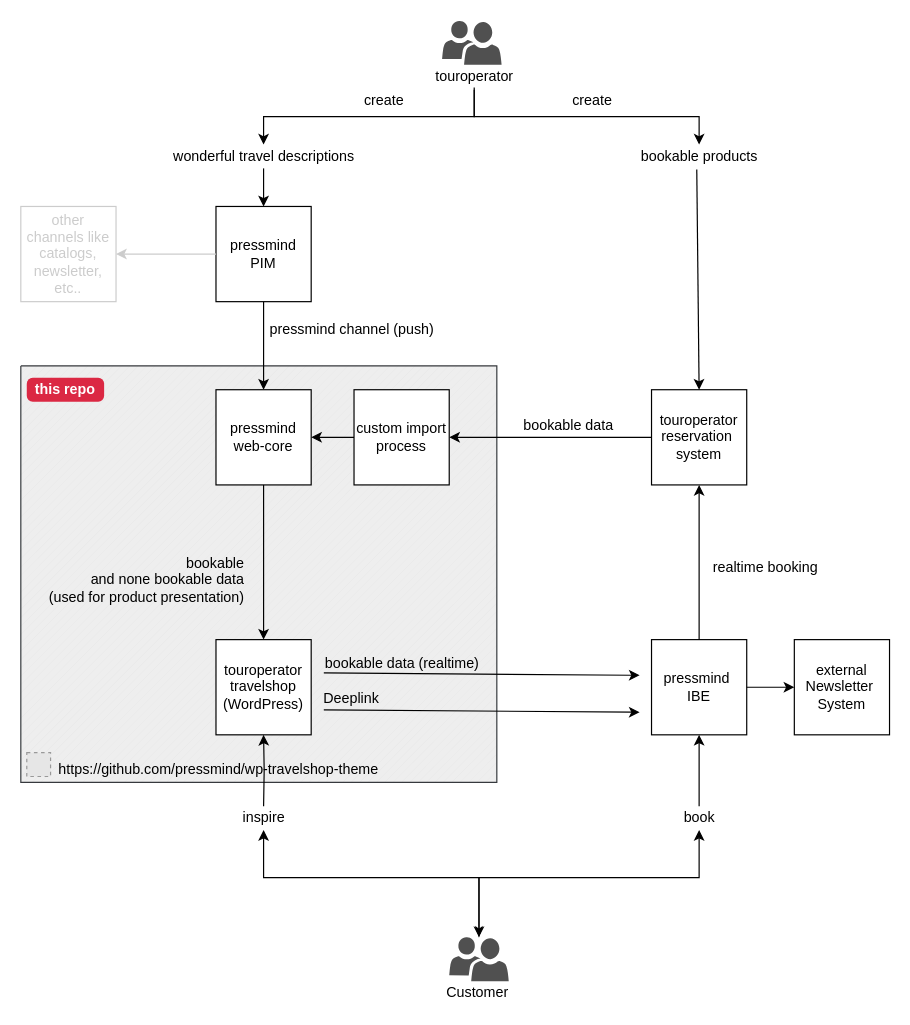
The draw.io diagram travelshop/assets/img/pressmind_travelshop.drawio in Me4th/wp-travelshop-theme, before the edit. Source tidied: cells renumbered, new cells numbered last; positions are measured from the earlier drawing's top-left corner, leaving out a move shared by most shapes. Both pictures are drawn from the tidied source at 119%, with x=0, y=0 at pixel (20, 20). Pictures stored in the file or linked from it are replaced by grey dashed boxes.
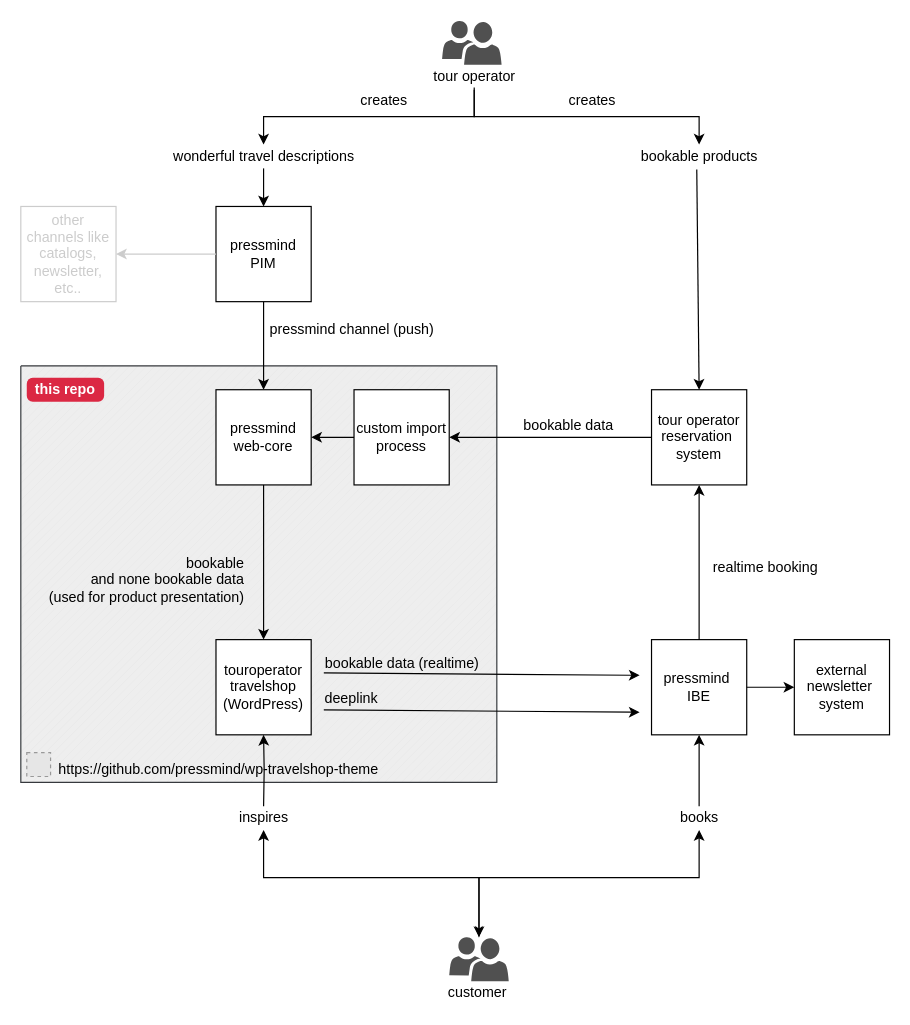
The same page after the edit.

What changed in the source:
```diff
@@
-    <mxCell id="7" value="touroperator&lt;br&gt;reservation&amp;nbsp;&lt;br&gt;system" style="whiteSpace=wrap;html=1;" parent="1" vertex="1">
+    <mxCell id="7" value="tour operator&lt;br&gt;reservation&amp;nbsp;&lt;br&gt;system" style="whiteSpace=wrap;html=1;" parent="1" vertex="1">
       <mxGeometry x="530" y="310" width="80" height="80" as="geometry" />
     </mxCell>
@@
-    <mxCell id="13" value="Deeplink" style="text;html=1;strokeColor=none;fillColor=none;align=center;verticalAlign=middle;whiteSpace=wrap;rounded=0;" parent="1" vertex="1">
+    <mxCell id="13" value="deeplink" style="text;html=1;strokeColor=none;fillColor=none;align=center;verticalAlign=middle;whiteSpace=wrap;rounded=0;" parent="1" vertex="1">
       <mxGeometry x="258" y="560" width="40" height="20" as="geometry" />
     </mxCell>
@@
-    <mxCell id="18" value="Customer" style="text;html=1;strokeColor=none;fillColor=none;align=center;verticalAlign=middle;whiteSpace=wrap;rounded=0;" parent="1" vertex="1">
+    <mxCell id="18" value="customer" style="text;html=1;strokeColor=none;fillColor=none;align=center;verticalAlign=middle;whiteSpace=wrap;rounded=0;" parent="1" vertex="1">
       <mxGeometry x="364" y="807" width="40" height="20" as="geometry" />
     </mxCell>
@@
-    <mxCell id="22" value="&lt;span&gt;touroperator&lt;/span&gt;" style="text;html=1;align=center;verticalAlign=middle;points=[];" parent="1" vertex="1">
+    <mxCell id="22" value="&lt;span&gt;tour operator&lt;/span&gt;" style="text;html=1;align=center;verticalAlign=middle;points=[];" parent="1" vertex="1">
       <mxGeometry x="341" y="37" width="80" height="20" as="geometry" />
     </mxCell>
@@
-    <mxCell id="26" value="create" style="text;html=1;align=center;verticalAlign=middle;" parent="1" vertex="1">
+    <mxCell id="26" value="creates" style="text;html=1;align=center;verticalAlign=middle;" parent="1" vertex="1">
       <mxGeometry x="280" y="57" width="50" height="20" as="geometry" />
     </mxCell>
-    <mxCell id="27" value="create" style="text;html=1;align=center;verticalAlign=middle;" parent="1" vertex="1">
+    <mxCell id="27" value="creates" style="text;html=1;align=center;verticalAlign=middle;" parent="1" vertex="1">
       <mxGeometry x="455" y="57" width="50" height="20" as="geometry" />
     </mxCell>
@@
-    <mxCell id="30" value="inspire" style="text;html=1;align=center;verticalAlign=middle;" parent="1" vertex="1">
-      <mxGeometry x="179" y="660" width="50" height="20" as="geometry" />
+    <mxCell id="30" value="inspires" style="text;html=1;align=center;verticalAlign=middle;" parent="1" vertex="1">
+      <mxGeometry x="174" y="660" width="60" height="20" as="geometry" />
     </mxCell>
-    <mxCell id="31" value="book" style="text;html=1;align=center;verticalAlign=middle;points=[];" parent="1" vertex="1">
-      <mxGeometry x="550" y="660" width="40" height="20" as="geometry" />
+    <mxCell id="31" value="books" style="text;html=1;align=center;verticalAlign=middle;points=[];" parent="1" vertex="1">
+      <mxGeometry x="545" y="660" width="50" height="20" as="geometry" />
     </mxCell>
@@
-    <mxCell id="36" value="external&lt;br&gt;Newsletter&amp;nbsp;&lt;br&gt;System" style="whiteSpace=wrap;html=1;" parent="1" vertex="1">
+    <mxCell id="36" value="external&lt;br&gt;newsletter&amp;nbsp;&lt;br&gt;system" style="whiteSpace=wrap;html=1;" parent="1" vertex="1">
       <mxGeometry x="650" y="520" width="80" height="80" as="geometry" />
     </mxCell>
```
